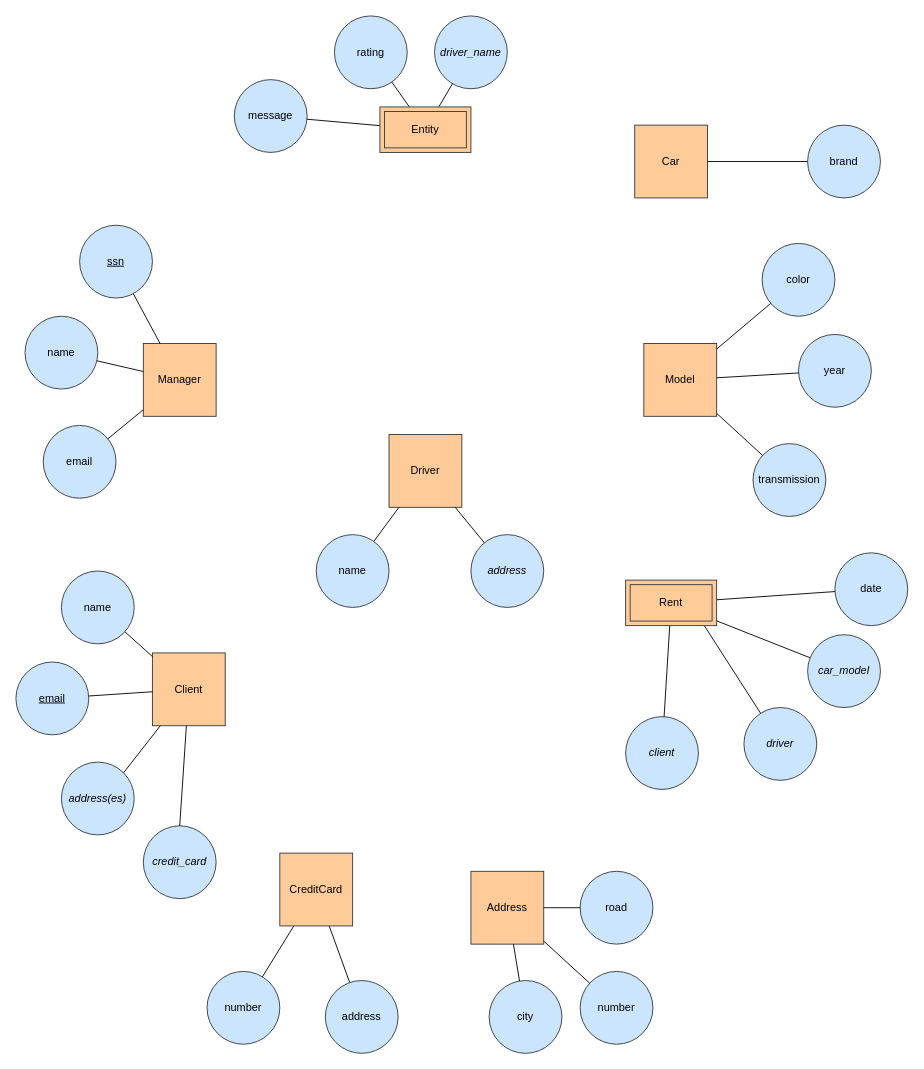
The draw.io diagram 480-ER-Diagram.drawio in p-rinceS/CS-480-Project, before the edit. Source tidied: cells renumbered, new cells numbered last; positions are measured from the earlier drawing's top-left corner, leaving out a move shared by most shapes. Both pictures are drawn from the tidied source at 91%, with x=0, y=0 at pixel (15, 15).
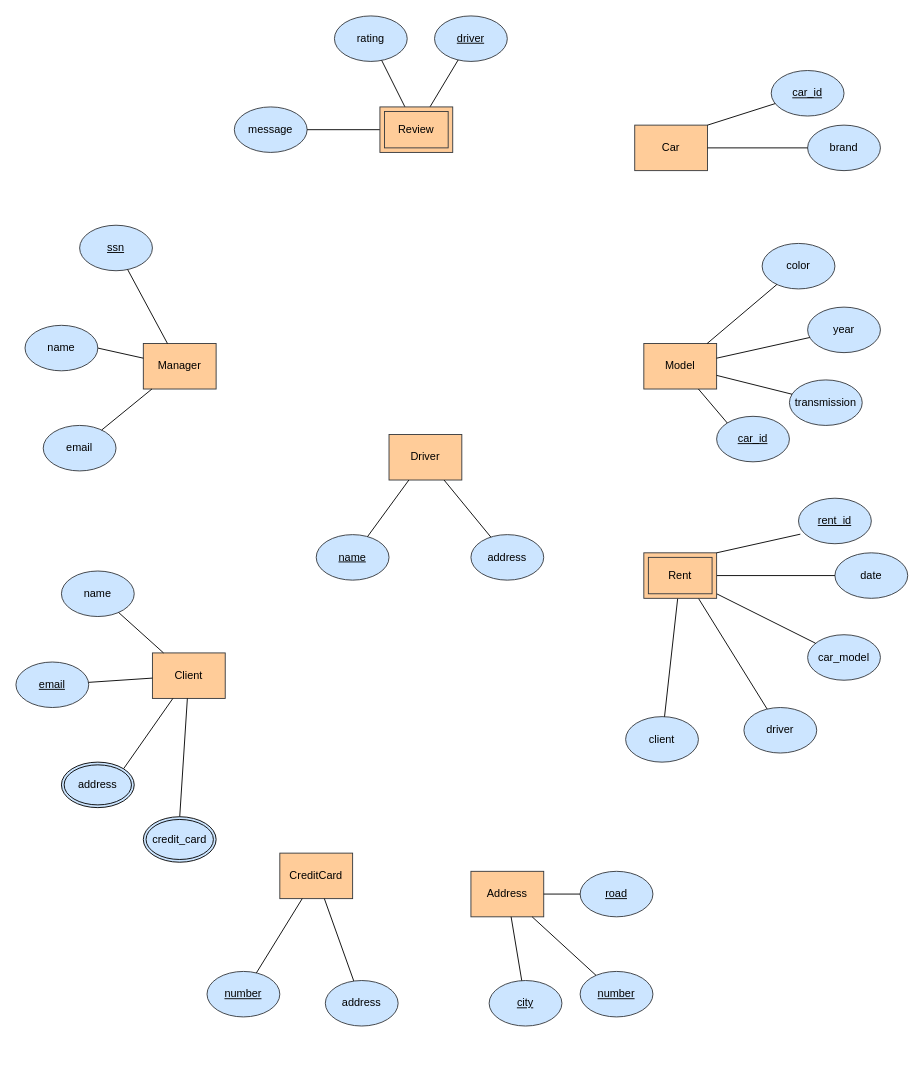
The same page after the edit.

Diff of the diagram source:
```diff
@@
     <mxCell id="2" value="Manager" style="whiteSpace=wrap;html=1;fillColor=#ffcc99;strokeColor=#36393d;" parent="1" vertex="1">
-      <mxGeometry x="140" y="360" width="80" height="80" as="geometry" />
+      <mxGeometry x="140" y="360" width="80" height="50" as="geometry" />
     </mxCell>
     <mxCell id="3" value="Client" style="whiteSpace=wrap;html=1;fillColor=#ffcc99;strokeColor=#36393d;" parent="1" vertex="1">
-      <mxGeometry x="150" y="700" width="80" height="80" as="geometry" />
+      <mxGeometry x="150" y="700" width="80" height="50" as="geometry" />
     </mxCell>
     <mxCell id="4" value="Driver" style="whiteSpace=wrap;html=1;fillColor=#ffcc99;strokeColor=#36393d;" parent="1" vertex="1">
-      <mxGeometry x="410" y="460" width="80" height="80" as="geometry" />
+      <mxGeometry x="410" y="460" width="80" height="50" as="geometry" />
     </mxCell>
-    <mxCell id="5" value="name" style="ellipse;whiteSpace=wrap;html=1;fillColor=#cce5ff;strokeColor=#36393d;" parent="1" vertex="1">
-      <mxGeometry x="10" y="330" width="80" height="80" as="geometry" />
-    </mxCell>
-    <mxCell id="6" style="endArrow=none;html=1;rounded=0;" parent="1" edge="1" source="2" target="5">
+    <mxCell id="6" style="endArrow=none;html=1;rounded=0;entryX=1;entryY=0.5;entryDx=0;entryDy=0;" parent="1" edge="1" source="2" target="5">
       <mxGeometry relative="1" as="geometry" />
     </mxCell>
     <mxCell id="7" value="&lt;u&gt;ssn&lt;/u&gt;" style="ellipse;whiteSpace=wrap;html=1;fillColor=#cce5ff;strokeColor=#36393d;" parent="1" vertex="1">
-      <mxGeometry x="70" y="230" width="80" height="80" as="geometry" />
+      <mxGeometry x="70" y="230" width="80" height="50" as="geometry" />
     </mxCell>
@@
     <mxCell id="9" value="email" style="ellipse;whiteSpace=wrap;html=1;fillColor=#cce5ff;strokeColor=#36393d;" parent="1" vertex="1">
-      <mxGeometry x="30" y="450" width="80" height="80" as="geometry" />
+      <mxGeometry x="30" y="450" width="80" height="50" as="geometry" />
     </mxCell>
@@
     <mxCell id="11" value="name" style="ellipse;whiteSpace=wrap;html=1;fillColor=#cce5ff;strokeColor=#36393d;" parent="1" vertex="1">
-      <mxGeometry x="50" y="610" width="80" height="80" as="geometry" />
+      <mxGeometry x="50" y="610" width="80" height="50" as="geometry" />
     </mxCell>
     <mxCell id="12" value="&lt;u&gt;email&lt;/u&gt;" style="ellipse;whiteSpace=wrap;html=1;fillColor=#cce5ff;strokeColor=#36393d;" parent="1" vertex="1">
-      <mxGeometry y="710" width="80" height="80" as="geometry" />
+      <mxGeometry y="710" width="80" height="50" as="geometry" />
     </mxCell>
@@
-    <mxCell id="15" value="&lt;i&gt;address(es)&lt;/i&gt;" style="ellipse;whiteSpace=wrap;html=1;fillColor=#cce5ff;strokeColor=#36393d;" parent="1" vertex="1">
-      <mxGeometry x="50" y="820" width="80" height="80" as="geometry" />
-    </mxCell>
-    <mxCell id="16" style="endArrow=none;html=1;rounded=0;exitX=1;exitY=0;exitDx=0;exitDy=0;" parent="1" edge="1" source="15" target="3">
+    <mxCell id="16" style="endArrow=none;html=1;rounded=0;exitX=1;exitY=0;exitDx=0;exitDy=0;" parent="1" edge="1" source="61" target="3">
       <mxGeometry relative="1" as="geometry" />
     </mxCell>
-    <mxCell id="17" value="&lt;i&gt;credit_card&lt;/i&gt;" style="ellipse;whiteSpace=wrap;html=1;fillColor=#cce5ff;strokeColor=#36393d;" parent="1" vertex="1">
-      <mxGeometry x="140" y="890" width="80" height="80" as="geometry" />
-    </mxCell>
@@
     <mxCell id="19" value="Model" style="whiteSpace=wrap;html=1;fillColor=#ffcc99;strokeColor=#36393d;" parent="1" vertex="1">
-      <mxGeometry x="690" y="360" width="80" height="80" as="geometry" />
+      <mxGeometry x="690" y="360" width="80" height="50" as="geometry" />
     </mxCell>
     <mxCell id="20" value="Car" style="whiteSpace=wrap;html=1;fillColor=#ffcc99;strokeColor=#36393d;" parent="1" vertex="1">
-      <mxGeometry x="680" y="120" width="80" height="80" as="geometry" />
+      <mxGeometry x="680" y="120" width="80" height="50" as="geometry" />
     </mxCell>
     <mxCell id="21" value="Address" style="whiteSpace=wrap;html=1;fillColor=#ffcc99;strokeColor=#36393d;" parent="1" vertex="1">
-      <mxGeometry x="500" y="940" width="80" height="80" as="geometry" />
+      <mxGeometry x="500" y="940" width="80" height="50" as="geometry" />
     </mxCell>
-    <mxCell id="22" value="&lt;i&gt;client&lt;/i&gt;" style="ellipse;whiteSpace=wrap;html=1;fillColor=#cce5ff;strokeColor=#36393d;" parent="1" vertex="1">
-      <mxGeometry x="670" y="770" width="80" height="80" as="geometry" />
+    <mxCell id="22" value="&lt;span style=&quot;font-style: normal;&quot;&gt;client&lt;/span&gt;" style="ellipse;whiteSpace=wrap;html=1;fillColor=#cce5ff;strokeColor=#36393d;fontStyle=2;" parent="1" vertex="1">
+      <mxGeometry x="670" y="770" width="80" height="50" as="geometry" />
     </mxCell>
-    <mxCell id="23" value="&lt;i&gt;driver&lt;/i&gt;" style="ellipse;whiteSpace=wrap;html=1;fillColor=#cce5ff;strokeColor=#36393d;" parent="1" vertex="1">
-      <mxGeometry x="800" y="760" width="80" height="80" as="geometry" />
+    <mxCell id="23" value="&lt;span style=&quot;font-style: normal;&quot;&gt;driver&lt;/span&gt;" style="ellipse;whiteSpace=wrap;html=1;fillColor=#cce5ff;strokeColor=#36393d;fontStyle=2;" parent="1" vertex="1">
+      <mxGeometry x="800" y="760" width="80" height="50" as="geometry" />
     </mxCell>
-    <mxCell id="24" value="&lt;i&gt;car_model&lt;/i&gt;" style="ellipse;whiteSpace=wrap;html=1;fillColor=#cce5ff;strokeColor=#36393d;" parent="1" vertex="1">
-      <mxGeometry x="870" y="680" width="80" height="80" as="geometry" />
+    <mxCell id="24" value="car_model" style="ellipse;whiteSpace=wrap;html=1;fillColor=#cce5ff;strokeColor=#36393d;" parent="1" vertex="1">
+      <mxGeometry x="870" y="680" width="80" height="50" as="geometry" />
     </mxCell>
     <mxCell id="25" value="date" style="ellipse;whiteSpace=wrap;html=1;fillColor=#cce5ff;strokeColor=#36393d;" parent="1" vertex="1">
-      <mxGeometry x="900" y="590" width="80" height="80" as="geometry" />
+      <mxGeometry x="900" y="590" width="80" height="50" as="geometry" />
     </mxCell>
@@
-    <mxCell id="27" style="endArrow=none;html=1;rounded=0;" parent="1" edge="1" source="23">
-      <mxGeometry relative="1" as="geometry">
-        <mxPoint x="750" y="660" as="targetPoint" />
-      </mxGeometry>
+    <mxCell id="27" style="endArrow=none;html=1;rounded=0;entryX=0.75;entryY=1;entryDx=0;entryDy=0;" parent="1" edge="1" source="23" target="59">
+      <mxGeometry relative="1" as="geometry" />
     </mxCell>
@@
-    <mxCell id="30" value="&lt;i&gt;address&lt;/i&gt;" style="ellipse;whiteSpace=wrap;html=1;fillColor=#cce5ff;strokeColor=#36393d;" parent="1" vertex="1">
-      <mxGeometry x="500" y="570" width="80" height="80" as="geometry" />
+    <mxCell id="30" value="address" style="ellipse;whiteSpace=wrap;html=1;fillColor=#cce5ff;strokeColor=#36393d;" parent="1" vertex="1">
+      <mxGeometry x="500" y="570" width="80" height="50" as="geometry" />
     </mxCell>
-    <mxCell id="31" value="name" style="ellipse;whiteSpace=wrap;html=1;fillColor=#cce5ff;strokeColor=#36393d;" parent="1" vertex="1">
-      <mxGeometry x="330" y="570" width="80" height="80" as="geometry" />
+    <mxCell id="31" value="&lt;u&gt;name&lt;/u&gt;" style="ellipse;whiteSpace=wrap;html=1;fillColor=#cce5ff;strokeColor=#36393d;" parent="1" vertex="1">
+      <mxGeometry x="330" y="570" width="80" height="50" as="geometry" />
     </mxCell>
@@
     <mxCell id="34" value="brand" style="ellipse;whiteSpace=wrap;html=1;fillColor=#cce5ff;strokeColor=#36393d;" parent="1" vertex="1">
-      <mxGeometry x="870" y="120" width="80" height="80" as="geometry" />
+      <mxGeometry x="870" y="120" width="80" height="50" as="geometry" />
     </mxCell>
@@
     <mxCell id="36" value="year" style="ellipse;whiteSpace=wrap;html=1;fillColor=#cce5ff;strokeColor=#36393d;" parent="1" vertex="1">
-      <mxGeometry x="860" y="350" width="80" height="80" as="geometry" />
+      <mxGeometry x="870" y="320" width="80" height="50" as="geometry" />
     </mxCell>
     <mxCell id="37" value="transmission" style="ellipse;whiteSpace=wrap;html=1;fillColor=#cce5ff;strokeColor=#36393d;" parent="1" vertex="1">
-      <mxGeometry x="810" y="470" width="80" height="80" as="geometry" />
+      <mxGeometry x="850" y="400" width="80" height="50" as="geometry" />
     </mxCell>
     <mxCell id="38" value="color" style="ellipse;whiteSpace=wrap;html=1;fillColor=#cce5ff;strokeColor=#36393d;" parent="1" vertex="1">
-      <mxGeometry x="820" y="250" width="80" height="80" as="geometry" />
+      <mxGeometry x="820" y="250" width="80" height="50" as="geometry" />
     </mxCell>
@@
-    <mxCell id="42" value="&lt;i&gt;driver_name&lt;/i&gt;" style="ellipse;whiteSpace=wrap;html=1;fillColor=#cce5ff;strokeColor=#36393d;" parent="1" vertex="1">
-      <mxGeometry x="460" width="80" height="80" as="geometry" />
+    <mxCell id="42" value="&lt;u&gt;driver&lt;/u&gt;" style="ellipse;whiteSpace=wrap;html=1;fillColor=#cce5ff;strokeColor=#36393d;" parent="1" vertex="1">
+      <mxGeometry x="460" width="80" height="50" as="geometry" />
     </mxCell>
     <mxCell id="43" value="rating" style="ellipse;whiteSpace=wrap;html=1;fillColor=#cce5ff;strokeColor=#36393d;" parent="1" vertex="1">
-      <mxGeometry x="350" width="80" height="80" as="geometry" />
+      <mxGeometry x="350" width="80" height="50" as="geometry" />
     </mxCell>
     <mxCell id="44" value="message" style="ellipse;whiteSpace=wrap;html=1;fillColor=#cce5ff;strokeColor=#36393d;" parent="1" vertex="1">
-      <mxGeometry x="240" y="70" width="80" height="80" as="geometry" />
+      <mxGeometry x="240" y="100" width="80" height="50" as="geometry" />
     </mxCell>
@@
     <mxCell id="48" value="CreditCard" style="whiteSpace=wrap;html=1;fillColor=#ffcc99;strokeColor=#36393d;" parent="1" vertex="1">
-      <mxGeometry x="290" y="920" width="80" height="80" as="geometry" />
+      <mxGeometry x="290" y="920" width="80" height="50" as="geometry" />
     </mxCell>
-    <mxCell id="49" value="number" style="ellipse;whiteSpace=wrap;html=1;fillColor=#cce5ff;strokeColor=#36393d;" parent="1" vertex="1">
-      <mxGeometry x="210" y="1050" width="80" height="80" as="geometry" />
+    <mxCell id="49" value="&lt;u&gt;number&lt;/u&gt;" style="ellipse;whiteSpace=wrap;html=1;fillColor=#cce5ff;strokeColor=#36393d;" parent="1" vertex="1">
+      <mxGeometry x="210" y="1050" width="80" height="50" as="geometry" />
     </mxCell>
-    <mxCell id="50" value="number" style="ellipse;whiteSpace=wrap;html=1;fillColor=#cce5ff;strokeColor=#36393d;" parent="1" vertex="1">
-      <mxGeometry x="620" y="1050" width="80" height="80" as="geometry" />
+    <mxCell id="50" value="&lt;u&gt;number&lt;/u&gt;" style="ellipse;whiteSpace=wrap;html=1;fillColor=#cce5ff;strokeColor=#36393d;" parent="1" vertex="1">
+      <mxGeometry x="620" y="1050" width="80" height="50" as="geometry" />
     </mxCell>
-    <mxCell id="51" value="road" style="ellipse;whiteSpace=wrap;html=1;fillColor=#cce5ff;strokeColor=#36393d;" parent="1" vertex="1">
-      <mxGeometry x="620" y="940" width="80" height="80" as="geometry" />
+    <mxCell id="51" value="&lt;u&gt;road&lt;/u&gt;" style="ellipse;whiteSpace=wrap;html=1;fillColor=#cce5ff;strokeColor=#36393d;" parent="1" vertex="1">
+      <mxGeometry x="620" y="940" width="80" height="50" as="geometry" />
     </mxCell>
-    <mxCell id="52" value="city" style="ellipse;whiteSpace=wrap;html=1;fillColor=#cce5ff;strokeColor=#36393d;" parent="1" vertex="1">
-      <mxGeometry x="520" y="1060" width="80" height="80" as="geometry" />
+    <mxCell id="52" value="&lt;u&gt;city&lt;/u&gt;" style="ellipse;whiteSpace=wrap;html=1;fillColor=#cce5ff;strokeColor=#36393d;" parent="1" vertex="1">
+      <mxGeometry x="520" y="1060" width="80" height="50" as="geometry" />
     </mxCell>
@@
     <mxCell id="58" value="address" style="ellipse;whiteSpace=wrap;html=1;fillColor=#cce5ff;strokeColor=#36393d;" parent="1" vertex="1">
-      <mxGeometry x="340" y="1060" width="80" height="80" as="geometry" />
+      <mxGeometry x="340" y="1060" width="80" height="50" as="geometry" />
     </mxCell>
     <mxCell id="59" value="Rent" style="shape=ext;margin=3;double=1;whiteSpace=wrap;html=1;align=center;fillColor=#ffcc99;strokeColor=#36393d;" parent="1" vertex="1">
-      <mxGeometry x="670" y="620" width="100" height="50" as="geometry" />
+      <mxGeometry x="690" y="590" width="80" height="50" as="geometry" />
     </mxCell>
-    <mxCell id="60" value="Entity" style="shape=ext;margin=3;double=1;whiteSpace=wrap;html=1;align=center;fillColor=#ffcc99;strokeColor=#36393d;" parent="1" vertex="1">
-      <mxGeometry x="400" y="100" width="100" height="50" as="geometry" />
+    <mxCell id="60" value="Review" style="shape=ext;margin=3;double=1;whiteSpace=wrap;html=1;align=center;fillColor=#ffcc99;strokeColor=#36393d;" parent="1" vertex="1">
+      <mxGeometry x="400" y="100" width="80" height="50" as="geometry" />
     </mxCell>
+    <mxCell id="61" value="address" style="ellipse;shape=doubleEllipse;margin=3;whiteSpace=wrap;html=1;align=center;comic=0;strokeColor=default;verticalAlign=middle;fontFamily=Helvetica;fontSize=12;fontColor=default;fillColor=#cce5ff;" parent="1" vertex="1">
+      <mxGeometry x="50" y="820" width="80" height="50" as="geometry" />
+    </mxCell>
+    <mxCell id="17" value="credit_card" style="ellipse;shape=doubleEllipse;margin=3;whiteSpace=wrap;html=1;align=center;comic=0;strokeColor=default;verticalAlign=middle;fontFamily=Helvetica;fontSize=12;fontColor=default;fillColor=#cce5ff;" parent="1" vertex="1">
+      <mxGeometry x="140" y="880" width="80" height="50" as="geometry" />
+    </mxCell>
+    <mxCell id="5" value="name" style="ellipse;whiteSpace=wrap;html=1;fillColor=#cce5ff;strokeColor=#36393d;" parent="1" vertex="1">
+      <mxGeometry x="10" y="340" width="80" height="50" as="geometry" />
+    </mxCell>
+    <mxCell id="62" value="&lt;u&gt;car_id&lt;/u&gt;" style="ellipse;whiteSpace=wrap;html=1;fillColor=#cce5ff;strokeColor=#36393d;" parent="1" vertex="1">
+      <mxGeometry x="830" y="60" width="80" height="50" as="geometry" />
+    </mxCell>
+    <mxCell id="63" style="endArrow=none;html=1;rounded=0;exitX=1;exitY=0;exitDx=0;exitDy=0;" parent="1" edge="1" source="20" target="62">
+      <mxGeometry relative="1" as="geometry" />
+    </mxCell>
+    <mxCell id="64" value="&lt;u&gt;car_id&lt;/u&gt;" style="ellipse;whiteSpace=wrap;html=1;fillColor=#cce5ff;strokeColor=#36393d;" parent="1" vertex="1">
+      <mxGeometry x="770" y="440" width="80" height="50" as="geometry" />
+    </mxCell>
+    <mxCell id="65" style="endArrow=none;html=1;rounded=0;exitX=0.75;exitY=1;exitDx=0;exitDy=0;entryX=0;entryY=0;entryDx=0;entryDy=0;" parent="1" edge="1" source="19" target="64">
+      <mxGeometry relative="1" as="geometry" />
+    </mxCell>
+    <mxCell id="66" value="&lt;u&gt;rent_id&lt;/u&gt;" style="ellipse;whiteSpace=wrap;html=1;fillColor=#cce5ff;strokeColor=#36393d;" parent="1" vertex="1">
+      <mxGeometry x="860" y="530" width="80" height="50" as="geometry" />
+    </mxCell>
+    <mxCell id="67" style="endArrow=none;html=1;rounded=0;entryX=1;entryY=0;entryDx=0;entryDy=0;exitX=0.025;exitY=0.79;exitDx=0;exitDy=0;exitPerimeter=0;" parent="1" edge="1" source="66" target="59">
+      <mxGeometry relative="1" as="geometry" />
+    </mxCell>
```
